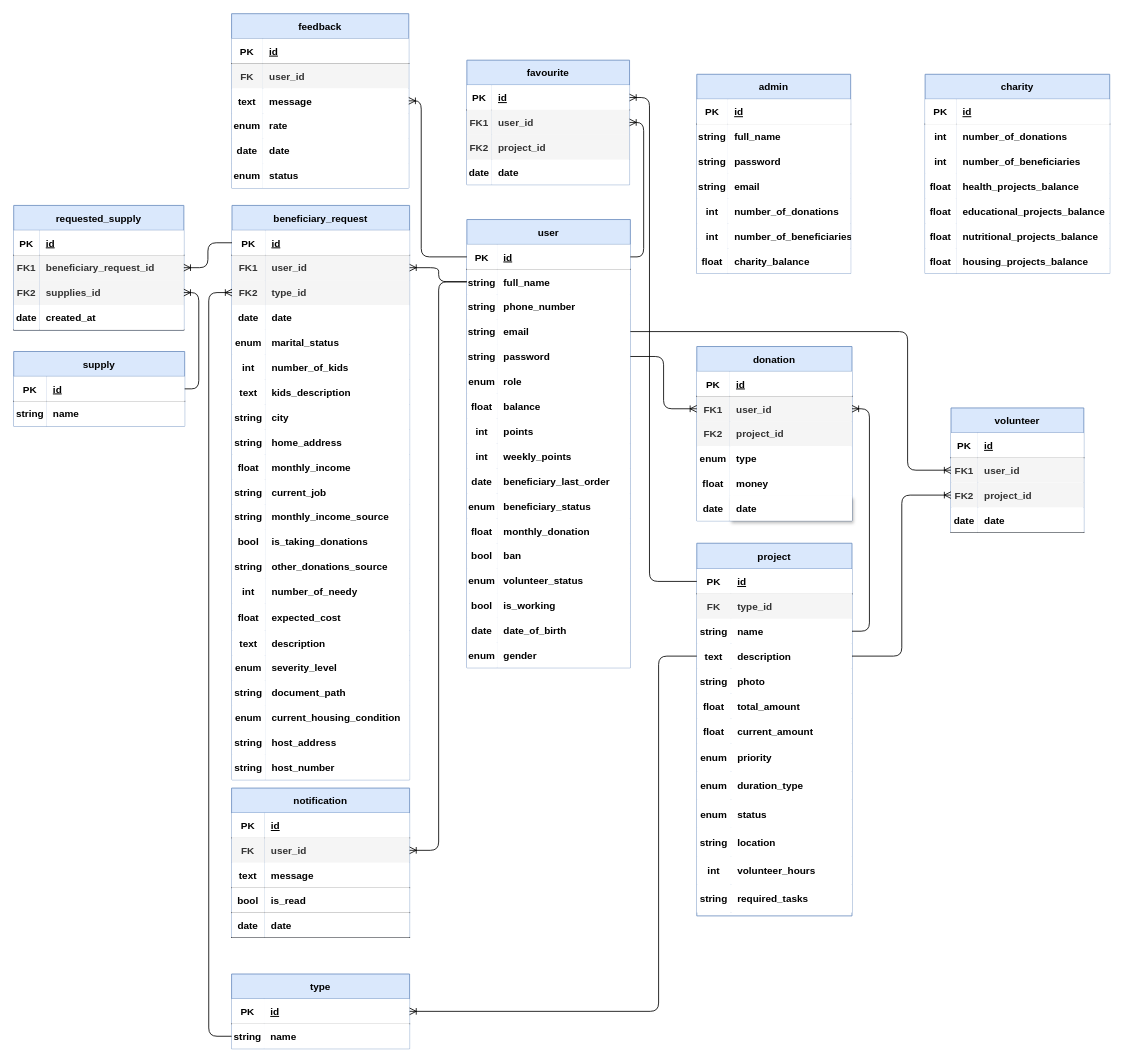
Above: erd/Charity Project.drawio in nourHabian/Charity_Project_Backend (draw.io), before the change. Source tidied: cells renumbered, new cells numbered last; positions are measured from the earlier drawing's top-left corner, leaving out a move shared by most shapes. Both pictures are drawn from the tidied source at 83%, with x=0, y=0 at pixel (13, 13).
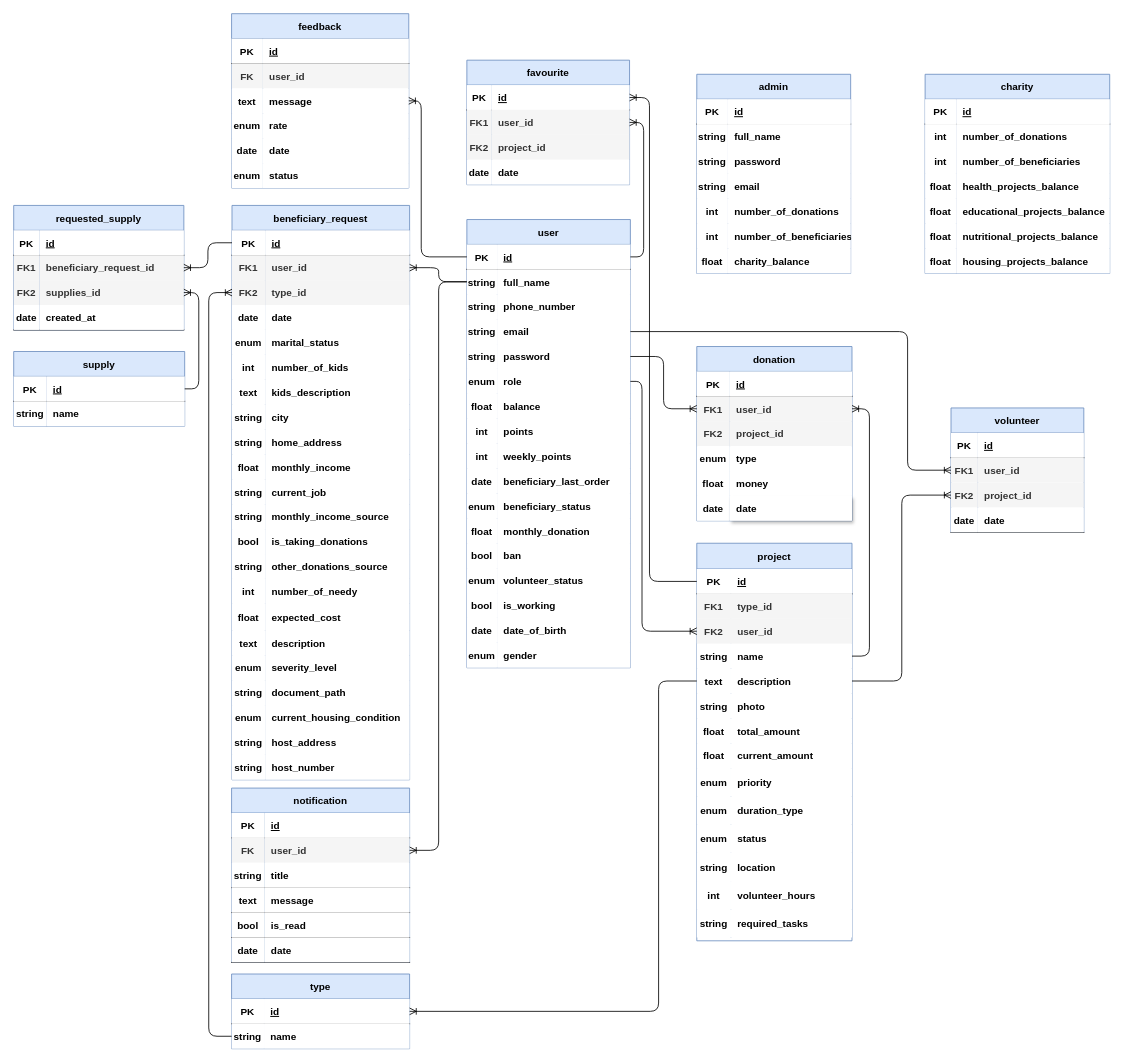
The same diagram, later.

Commit message (it also covers changes not shown here):
type seeder + edit project seeder + add user_id to project migration

Unchanged cells that the change refers to:
```xml
<mxCell id="40" style="shape=partialRectangle;fillColor=none;top=0;left=0;bottom=0;right=0;points=[[0,0.5],[1,0.5]];portConstraint=eastwest;fontStyle=1;" parent="24" vertex="1">
  <mxGeometry y="180" width="197" height="30" as="geometry" />
</mxCell>
<mxCell id="80" style="shape=partialRectangle;fillColor=#f5f5f5;top=0;left=0;bottom=0;right=0;fontStyle=1;strokeColor=#666666;fontColor=#333333;" parent="76" vertex="1">
  <mxGeometry y="61" width="187" height="30" as="geometry" />
</mxCell>
```

The edit, as a diff of the source:
```diff
@@
     <mxCell id="76" value="project" style="shape=table;startSize=31;childLayout=tableLayout;rowLines=0;fontStyle=1;align=center;strokeColor=#6c8ebf;fillColor=#dae8fc;" parent="1" vertex="1">
-      <mxGeometry x="823" y="638" width="187" height="449" as="geometry" />
+      <mxGeometry x="823" y="638" width="187" height="479" as="geometry" />
     </mxCell>
@@
-    <mxCell id="81" value="FK" style="shape=partialRectangle;top=0;left=0;bottom=0;right=0;overflow=hidden;fontStyle=1;fillColor=#f5f5f5;strokeColor=#666666;fontColor=#333333;" parent="80" vertex="1">
+    <mxCell id="81" value="FK1" style="shape=partialRectangle;top=0;left=0;bottom=0;right=0;overflow=hidden;fontStyle=1;fillColor=#f5f5f5;strokeColor=#666666;fontColor=#333333;" parent="80" vertex="1">
       <mxGeometry width="41.2" height="30" as="geometry" />
     </mxCell>
@@
+    <mxCell id="325" style="shape=partialRectangle;fillColor=#f5f5f5;top=0;left=0;bottom=0;right=0;points=[[0,0.5],[1,0.5]];portConstraint=eastwest;fontStyle=1;strokeColor=#666666;fontColor=#333333;" parent="76" vertex="1">
+      <mxGeometry y="91" width="187" height="30" as="geometry" />
+    </mxCell>
+    <mxCell id="326" value="FK2" style="shape=partialRectangle;top=0;left=0;bottom=0;right=0;overflow=hidden;fontStyle=1;fillColor=#f5f5f5;strokeColor=#666666;fontColor=#333333;" parent="325" vertex="1">
+      <mxGeometry width="41.2" height="30" as="geometry" />
+    </mxCell>
+    <mxCell id="327" value="user_id" style="shape=partialRectangle;top=0;left=0;bottom=0;right=0;align=left;spacingLeft=6;overflow=hidden;fontStyle=1;fillColor=#f5f5f5;strokeColor=#666666;fontColor=#333333;" parent="325" vertex="1">
+      <mxGeometry x="41.2" width="145.8" height="30" as="geometry" />
+    </mxCell>
     <mxCell id="83" style="shape=partialRectangle;fillColor=none;top=0;left=0;bottom=0;right=0;points=[[0,0.5],[1,0.5]];portConstraint=eastwest;fontStyle=1;" parent="76" vertex="1">
-      <mxGeometry y="91" width="187" height="30" as="geometry" />
+      <mxGeometry y="121" width="187" height="30" as="geometry" />
     </mxCell>
@@
     <mxCell id="86" style="shape=partialRectangle;fillColor=none;top=0;left=0;bottom=0;right=0;points=[[0,0.5],[1,0.5]];portConstraint=eastwest;fontStyle=1;" parent="76" vertex="1">
-      <mxGeometry y="121" width="187" height="30" as="geometry" />
+      <mxGeometry y="151" width="187" height="30" as="geometry" />
     </mxCell>
@@
     <mxCell id="89" style="shape=partialRectangle;fillColor=none;top=0;left=0;bottom=0;right=0;fontStyle=1;" parent="76" vertex="1">
-      <mxGeometry y="151" width="187" height="30" as="geometry" />
+      <mxGeometry y="181" width="187" height="30" as="geometry" />
     </mxCell>
@@
     <mxCell id="92" style="shape=partialRectangle;fillColor=none;top=0;left=0;bottom=0;right=0;fontStyle=1;" parent="76" vertex="1">
-      <mxGeometry y="181" width="187" height="30" as="geometry" />
+      <mxGeometry y="211" width="187" height="30" as="geometry" />
     </mxCell>
@@
     <mxCell id="95" style="shape=partialRectangle;fillColor=none;top=0;left=0;bottom=0;right=0;fontStyle=1;" parent="76" vertex="1">
-      <mxGeometry y="211" width="187" height="30" as="geometry" />
+      <mxGeometry y="241" width="187" height="30" as="geometry" />
     </mxCell>
@@
     <mxCell id="98" style="shape=partialRectangle;fillColor=none;top=0;left=0;bottom=0;right=0;fontStyle=1;" parent="76" vertex="1">
-      <mxGeometry y="241" width="187" height="34" as="geometry" />
+      <mxGeometry y="271" width="187" height="34" as="geometry" />
     </mxCell>
@@
     <mxCell id="101" style="shape=partialRectangle;fillColor=none;top=0;left=0;bottom=0;right=0;fontStyle=1;" parent="76" vertex="1">
-      <mxGeometry y="275" width="187" height="34" as="geometry" />
+      <mxGeometry y="305" width="187" height="34" as="geometry" />
     </mxCell>
@@
     <mxCell id="104" style="shape=partialRectangle;fillColor=none;top=0;left=0;bottom=0;right=0;fontStyle=1;" parent="76" vertex="1">
-      <mxGeometry y="309" width="187" height="34" as="geometry" />
+      <mxGeometry y="339" width="187" height="34" as="geometry" />
     </mxCell>
@@
     <mxCell id="107" style="shape=partialRectangle;fillColor=none;top=0;left=0;bottom=0;right=0;fontStyle=1;" parent="76" vertex="1">
-      <mxGeometry y="343" width="187" height="34" as="geometry" />
+      <mxGeometry y="373" width="187" height="34" as="geometry" />
     </mxCell>
@@
     <mxCell id="110" style="shape=partialRectangle;fillColor=none;top=0;left=0;bottom=0;right=0;fontStyle=1;" parent="76" vertex="1">
-      <mxGeometry y="377" width="187" height="34" as="geometry" />
+      <mxGeometry y="407" width="187" height="34" as="geometry" />
     </mxCell>
@@
     <mxCell id="113" style="shape=partialRectangle;fillColor=none;top=0;left=0;bottom=0;right=0;fontStyle=1;" parent="76" vertex="1">
-      <mxGeometry y="411" width="187" height="34" as="geometry" />
+      <mxGeometry y="441" width="187" height="34" as="geometry" />
     </mxCell>
@@
     <mxCell id="160" value="notification" style="shape=table;startSize=30;childLayout=tableLayout;rowLines=0;fontStyle=1;align=center;strokeColor=#6c8ebf;fillColor=#dae8fc;" parent="1" vertex="1">
-      <mxGeometry x="262.5" y="933" width="214.5" height="180" as="geometry" />
+      <mxGeometry x="262.5" y="933" width="214.5" height="210" as="geometry" />
     </mxCell>
@@
+    <mxCell id="328" style="shape=partialRectangle;fillColor=none;top=0;left=0;bottom=1;right=0;fontStyle=1;" parent="160" vertex="1">
+      <mxGeometry y="90" width="214.5" height="30" as="geometry" />
+    </mxCell>
+    <mxCell id="329" value="string" style="shape=partialRectangle;top=0;left=0;bottom=0;right=0;fontStyle=1;overflow=hidden;" parent="328" vertex="1">
+      <mxGeometry width="39.8" height="30" as="geometry" />
+    </mxCell>
+    <mxCell id="330" value="title" style="shape=partialRectangle;top=0;left=0;bottom=0;right=0;align=left;spacingLeft=6;fontStyle=1;overflow=hidden;" parent="328" vertex="1">
+      <mxGeometry x="39.8" width="174.7" height="30" as="geometry" />
+    </mxCell>
     <mxCell id="167" style="shape=partialRectangle;fillColor=none;top=0;left=0;bottom=1;right=0;fontStyle=1;" parent="160" vertex="1">
-      <mxGeometry y="90" width="214.5" height="30" as="geometry" />
+      <mxGeometry y="120" width="214.5" height="30" as="geometry" />
     </mxCell>
@@
     <mxCell id="170" style="shape=partialRectangle;fillColor=none;top=0;left=0;bottom=1;right=0;fontStyle=1;" parent="160" vertex="1">
-      <mxGeometry y="120" width="214.5" height="30" as="geometry" />
+      <mxGeometry y="150" width="214.5" height="30" as="geometry" />
     </mxCell>
@@
     <mxCell id="173" style="shape=partialRectangle;fillColor=none;top=0;left=0;bottom=1;right=0;fontStyle=1;" parent="160" vertex="1">
-      <mxGeometry y="150" width="214.5" height="30" as="geometry" />
+      <mxGeometry y="180" width="214.5" height="30" as="geometry" />
     </mxCell>
@@
+    <mxCell id="331" style="edgeStyle=elbowEdgeStyle;fontSize=12;html=1;endArrow=ERoneToMany;exitX=1;exitY=0.5;exitDx=0;exitDy=0;entryX=0;entryY=0.5;entryDx=0;entryDy=0;fontStyle=1;" parent="1" edge="1" source="40" target="325">
+      <mxGeometry relative="1" as="geometry">
+        <Array as="points">
+          <mxPoint x="757" y="594" />
+        </Array>
+      </mxGeometry>
+    </mxCell>
```
